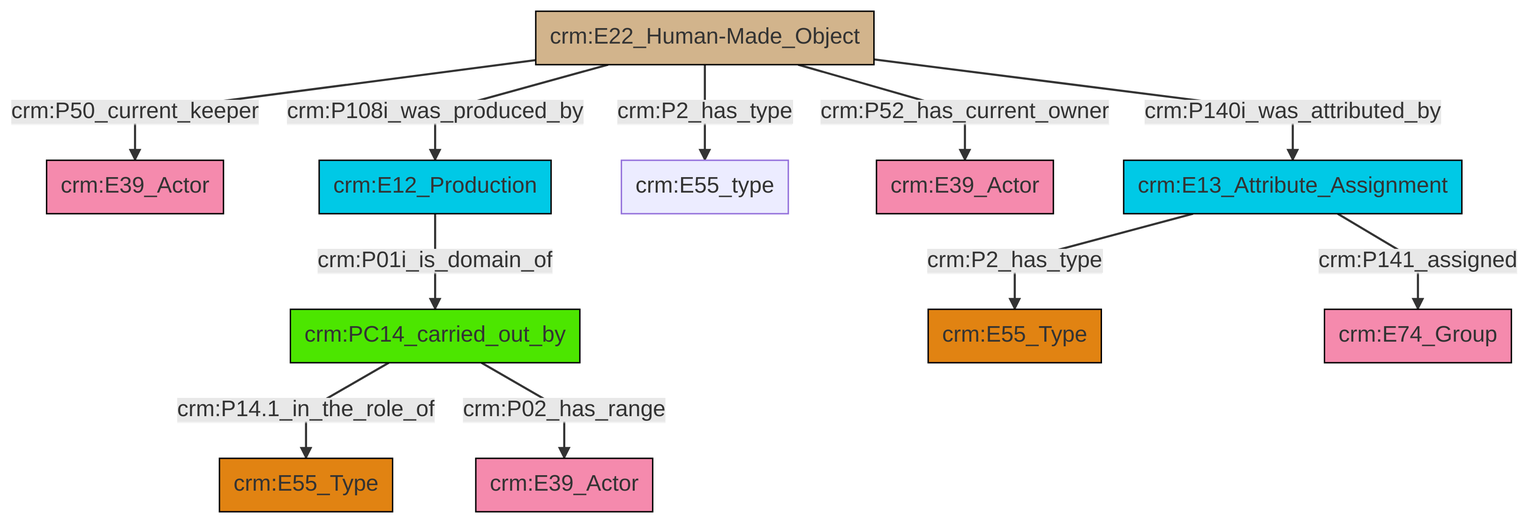
This is et/artworkCSV/ttl/mmd/png/Artwork_Actor_Relations.png from swiss-art-research-net/reference-data-models, a Mermaid export, as it was before one commit. Its source is kept beside it as et/artworkCSV/ttl/mmd/Artwork_Actor_Relations.ttl.mmd.
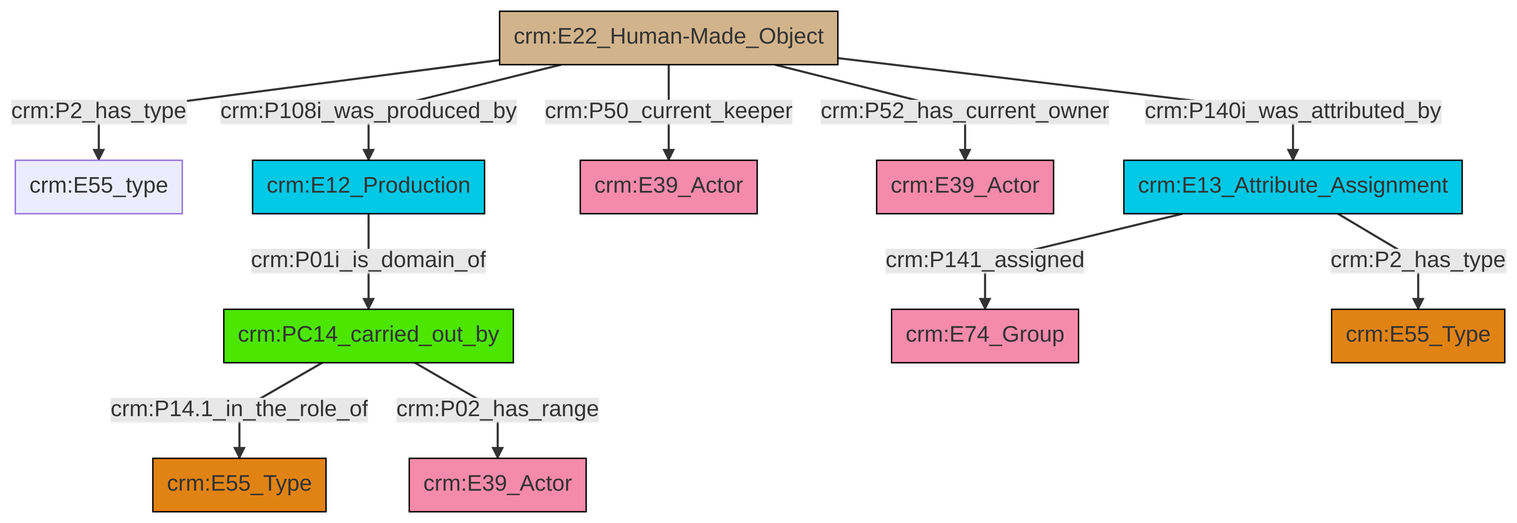
The same diagram one commit later.

Change to the diagram source:
```diff
@@ -13,13 +13,13 @@
 classDef PC_Classes fill:#4ce600, stroke:#000000;
 classDef Multi fill:#cccccc,stroke:#000000;
 
-4["crm:E22_Human-Made_Object"]:::Physical_Thing -->|crm:P50_current_keeper| 5["crm:E39_Actor"]:::Actor
+0["crm:E22_Human-Made_Object"]:::Physical_Thing -->|crm:P2_has_type| 1["crm:E55_type"]:::Default
+0["crm:E22_Human-Made_Object"]:::Physical_Thing -->|crm:P108i_was_produced_by| 2["crm:E12_Production"]:::Temporal_Entity
+0["crm:E22_Human-Made_Object"]:::Physical_Thing -->|crm:P50_current_keeper| 3["crm:E39_Actor"]:::Actor
+2["crm:E12_Production"]:::Temporal_Entity -->|crm:P01i_is_domain_of| 6["crm:PC14_carried_out_by"]:::PC_Classes
 6["crm:PC14_carried_out_by"]:::PC_Classes -->|crm:P14.1_in_the_role_of| 7["crm:E55_Type"]:::Type
-0["crm:E13_Attribute_Assignment"]:::Temporal_Entity -->|crm:P2_has_type| 2["crm:E55_Type"]:::Type
-6["crm:PC14_carried_out_by"]:::PC_Classes -->|crm:P02_has_range| 12["crm:E39_Actor"]:::Actor
-4["crm:E22_Human-Made_Object"]:::Physical_Thing -->|crm:P108i_was_produced_by| 9["crm:E12_Production"]:::Temporal_Entity
-4["crm:E22_Human-Made_Object"]:::Physical_Thing -->|crm:P2_has_type| 13["crm:E55_type"]:::Default
-9["crm:E12_Production"]:::Temporal_Entity -->|crm:P01i_is_domain_of| 6["crm:PC14_carried_out_by"]:::PC_Classes
-4["crm:E22_Human-Made_Object"]:::Physical_Thing -->|crm:P52_has_current_owner| 20["crm:E39_Actor"]:::Actor
-0["crm:E13_Attribute_Assignment"]:::Temporal_Entity -->|crm:P141_assigned| 18["crm:E74_Group"]:::Actor
-4["crm:E22_Human-Made_Object"]:::Physical_Thing -->|crm:P140i_was_attributed_by| 0["crm:E13_Attribute_Assignment"]:::Temporal_Entity
+15["crm:E13_Attribute_Assignment"]:::Temporal_Entity -->|crm:P141_assigned| 9["crm:E74_Group"]:::Actor
+0["crm:E22_Human-Made_Object"]:::Physical_Thing -->|crm:P52_has_current_owner| 17["crm:E39_Actor"]:::Actor
+15["crm:E13_Attribute_Assignment"]:::Temporal_Entity -->|crm:P2_has_type| 4["crm:E55_Type"]:::Type
+6["crm:PC14_carried_out_by"]:::PC_Classes -->|crm:P02_has_range| 13["crm:E39_Actor"]:::Actor
+0["crm:E22_Human-Made_Object"]:::Physical_Thing -->|crm:P140i_was_attributed_by| 15["crm:E13_Attribute_Assignment"]:::Temporal_Entity
```
